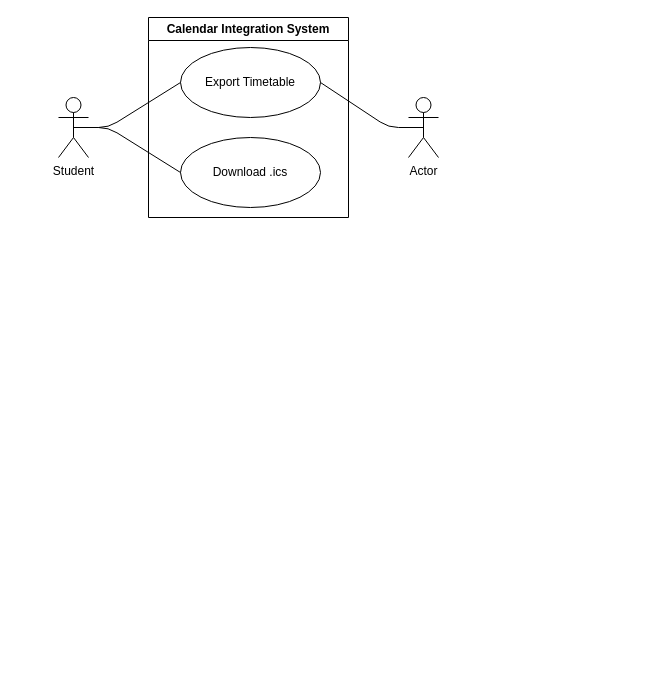
Earlier version of the draw.io diagram page "Calender Integration System" (1 of 6) of docs/diagrams/requirements/Requirements.drawio (COS301-SE-2026/UMTAS). Source tidied: cells renumbered, new cells numbered last; positions are measured from the earlier drawing's top-left corner, leaving out a move shared by most shapes. Both pictures are drawn from the tidied source at 100%, with x=0, y=0 at pixel (58, 17).
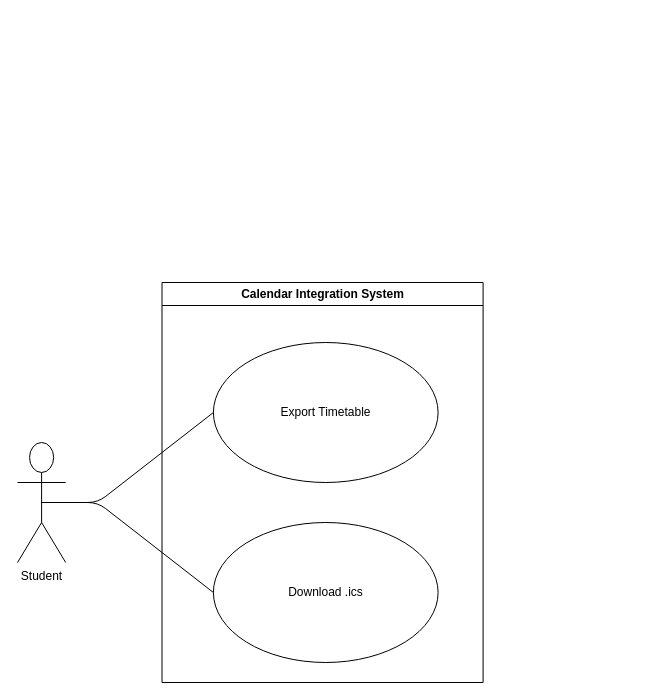
The same page after the edit.

The edit, as a diff of the source:
```diff
@@
 <mxGraphModel>
   <root>
     <mxCell id="0" />
     <mxCell id="1" parent="0" />
+    <mxCell id="10" style="group;" parent="1" vertex="1">
+      <mxGeometry x="-41" y="265" width="610" height="400" as="geometry" />
+    </mxCell>
-    <mxCell id="2" value="Student&lt;div&gt;&lt;br&gt;&lt;/div&gt;" style="shape=umlActor;verticalLabelPosition=bottom;verticalAlign=top;html=1;outlineConnect=0;" parent="1" vertex="1">
-      <mxGeometry y="80" width="30" height="60" as="geometry" />
+    <mxCell id="2" value="Student&lt;div&gt;&lt;br&gt;&lt;/div&gt;" style="shape=umlActor;verticalLabelPosition=bottom;verticalAlign=top;html=1;outlineConnect=0;" parent="10" vertex="1">
+      <mxGeometry y="160" width="48.2" height="120" as="geometry" />
     </mxCell>
-    <mxCell id="3" value="Calendar Integration System" style="swimlane;whiteSpace=wrap;html=1;" parent="1" vertex="1">
-      <mxGeometry x="90" width="200" height="200" as="geometry" />
+    <mxCell id="3" value="Calendar Integration System" style="swimlane;whiteSpace=wrap;html=1;" parent="10" vertex="1">
+      <mxGeometry x="144.5" width="321.1" height="400" as="geometry" />
     </mxCell>
     <mxCell id="4" value="Export Timetable" style="ellipse;whiteSpace=wrap;html=1;" parent="3" vertex="1">
-      <mxGeometry x="32" y="30" width="140" height="70" as="geometry" />
+      <mxGeometry x="51.4" y="60" width="224.7" height="140" as="geometry" />
     </mxCell>
     <mxCell id="5" value="Download .ics" style="ellipse;whiteSpace=wrap;html=1;" parent="3" vertex="1">
-      <mxGeometry x="32" y="120" width="140" height="70" as="geometry" />
+      <mxGeometry x="51.4" y="240" width="224.7" height="140" as="geometry" />
     </mxCell>
-    <mxCell id="6" value="Actor" style="shape=umlActor;verticalLabelPosition=bottom;verticalAlign=top;html=1;outlineConnect=0;" parent="1" vertex="1">
-      <mxGeometry x="350" y="80" width="30" height="60" as="geometry" />
-    </mxCell>
-    <mxCell id="7" style="endArrow=none;html=1;exitX=0.5;exitY=0.5;exitDx=0;exitDy=0;exitPerimeter=0;entryX=1;entryY=0.5;entryDx=0;entryDy=0;" parent="1" edge="1" source="6" target="4">
-      <mxGeometry relative="1" as="geometry">
-        <Array as="points">
-          <mxPoint x="330" y="110" />
-        </Array>
-      </mxGeometry>
-    </mxCell>
-    <mxCell id="8" style="endArrow=none;html=1;exitX=0.5;exitY=0.5;exitDx=0;exitDy=0;exitPerimeter=0;entryX=0;entryY=0.5;entryDx=0;entryDy=0;" parent="1" edge="1" source="2" target="4">
+    <mxCell id="8" style="endArrow=none;html=1;exitX=0.5;exitY=0.5;exitDx=0;exitDy=0;exitPerimeter=0;entryX=0;entryY=0.5;entryDx=0;entryDy=0;" parent="10" edge="1" source="2" target="4">
       <mxGeometry relative="1" as="geometry">
         <Array as="points">
-          <mxPoint x="50" y="110" />
+          <mxPoint x="80.3" y="220" />
         </Array>
       </mxGeometry>
     </mxCell>
-    <mxCell id="9" style="endArrow=none;html=1;exitX=0.5;exitY=0.5;exitDx=0;exitDy=0;exitPerimeter=0;entryX=0;entryY=0.5;entryDx=0;entryDy=0;" parent="1" edge="1" source="2" target="5">
+    <mxCell id="9" style="endArrow=none;html=1;exitX=0.5;exitY=0.5;exitDx=0;exitDy=0;exitPerimeter=0;entryX=0;entryY=0.5;entryDx=0;entryDy=0;" parent="10" edge="1" source="2" target="5">
       <mxGeometry relative="1" as="geometry">
         <Array as="points">
-          <mxPoint x="50" y="110" />
+          <mxPoint x="80.3" y="220" />
         </Array>
       </mxGeometry>
     </mxCell>
   </root>
 </mxGraphModel>
```
